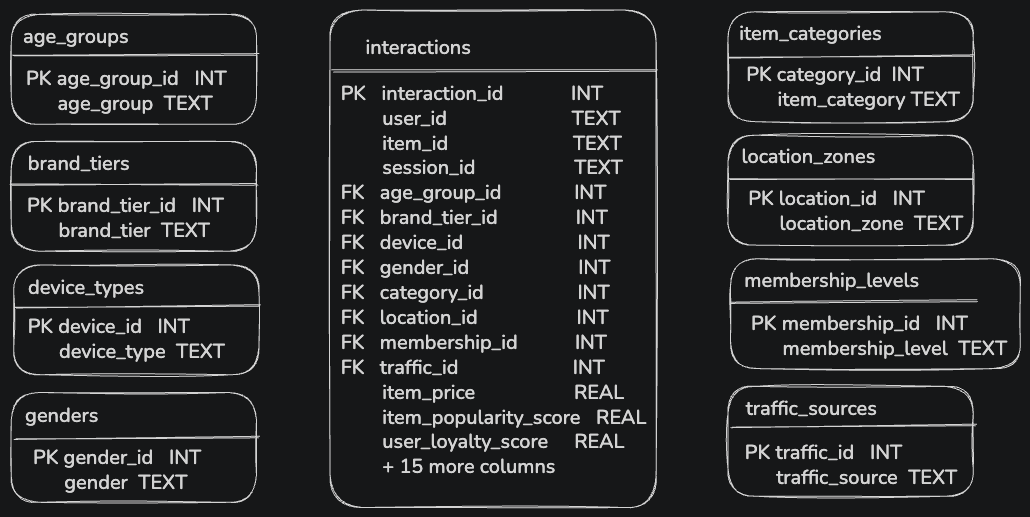
jkrstevska/project-1-eda keeps this Excalidraw diagram as ERD.png. Above is the earlier version. Source tidied: one line per element, renumbered; positions are measured from the earlier drawing's top-left corner, leaving out a move shared by most shapes.
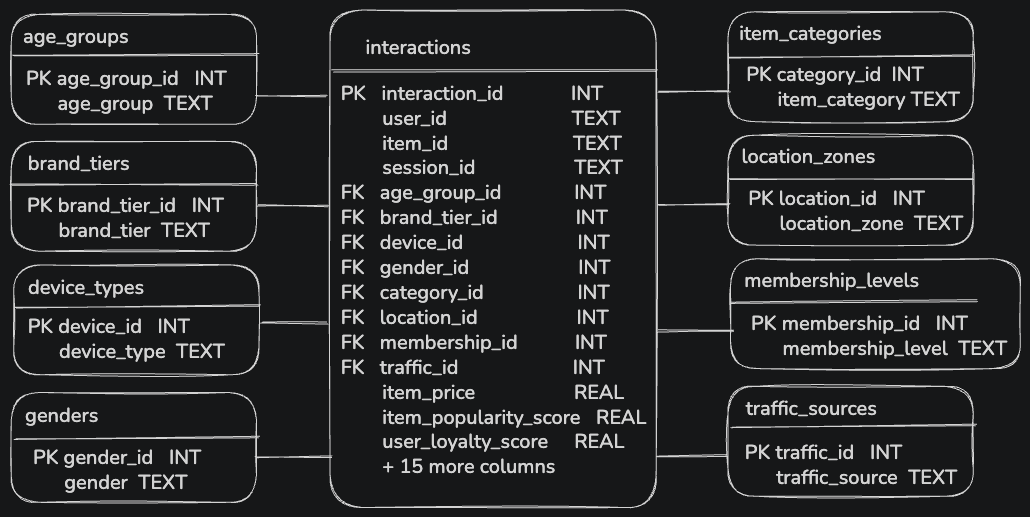
The same diagram one commit later.

The edit, as a diff of the source:
```diff
@@ -34,3 +34,11 @@
 {"id": 33, "type": "text", "text": "PK membership_id   INT\n      membership_level  TEXT", "strokeColor": "#1e1e1e", "strokeWidth": 1, "roughness": 1, "fontSize": 20, "fontFamily": 6, "x": 740, "y": 301, "width": 256, "height": 50}
 {"id": 34, "type": "text", "text": "PK traffic_id   INT\n      traffic_source  TEXT", "strokeColor": "#1e1e1e", "strokeWidth": 1, "roughness": 1, "fontSize": 20, "fontFamily": 6, "x": 734, "y": 429, "width": 212, "height": 50}
 {"id": 35, "type": "text", "text": "PK   interaction_id             INT\n        user_id                        TEXT\n        item_id                        TEXT\n        session_id                   TEXT\nFK   age_group_id              INT\nFK   brand_tier_id               INT\nFK   device_id                      INT\nFK   gender_id                     INT\nFK   category_id                  INT\nFK   location_id                   INT\nFK   membership_id           INT\nFK   traffic_id                      INT\n        item_price                   REAL\n        item_popularity_score   REAL\n        user_loyalty_score     REAL\n        + 15 more columns", "strokeColor": "#1e1e1e", "strokeWidth": 1, "roughness": 1, "fontSize": 19.93, "fontFamily": 6, "x": 329, "y": 71, "width": 306, "height": 399}
+{"id": 36, "type": "line", "strokeColor": "#1e1e1e", "strokeWidth": 1, "roughness": 1, "round": true, "x": 246, "y": 85, "width": 70, "height": 1, "points": [[0, 0], [70, 1]]}
+{"id": 37, "type": "line", "strokeColor": "#1e1e1e", "strokeWidth": 1, "roughness": 1, "round": true, "x": 246, "y": 196, "width": 70, "height": 1, "points": [[0, 0], [70, -1]]}
+{"id": 38, "type": "line", "strokeColor": "#1e1e1e", "strokeWidth": 1, "roughness": 1, "round": true, "x": 250, "y": 312, "width": 67, "height": 1, "points": [[0, 0], [67, 1]]}
+{"id": 39, "type": "line", "strokeColor": "#1e1e1e", "strokeWidth": 1, "roughness": 1, "round": true, "x": 245, "y": 447, "width": 75, "height": 1, "points": [[0, 0], [75, -1]]}
+{"id": 40, "type": "line", "strokeColor": "#1e1e1e", "strokeWidth": 1, "roughness": 1, "round": true, "x": 719, "y": 82, "width": 73, "height": 0, "points": [[0, 0], [-73, 0]]}
+{"id": 41, "type": "line", "strokeColor": "#1e1e1e", "strokeWidth": 1, "roughness": 1, "round": true, "x": 647, "y": 195, "width": 71, "height": 0, "points": [[0, 0], [71, 0]]}
+{"id": 42, "type": "line", "strokeColor": "#1e1e1e", "strokeWidth": 1, "roughness": 1, "round": true, "x": 647, "y": 320, "width": 74, "height": 0, "points": [[0, 0], [30, 0], [74, 0]]}
+{"id": 43, "type": "line", "strokeColor": "#1e1e1e", "strokeWidth": 1, "roughness": 1, "round": true, "x": 646, "y": 446, "width": 71, "height": 1, "points": [[0, 0], [71, -1]]}
```
